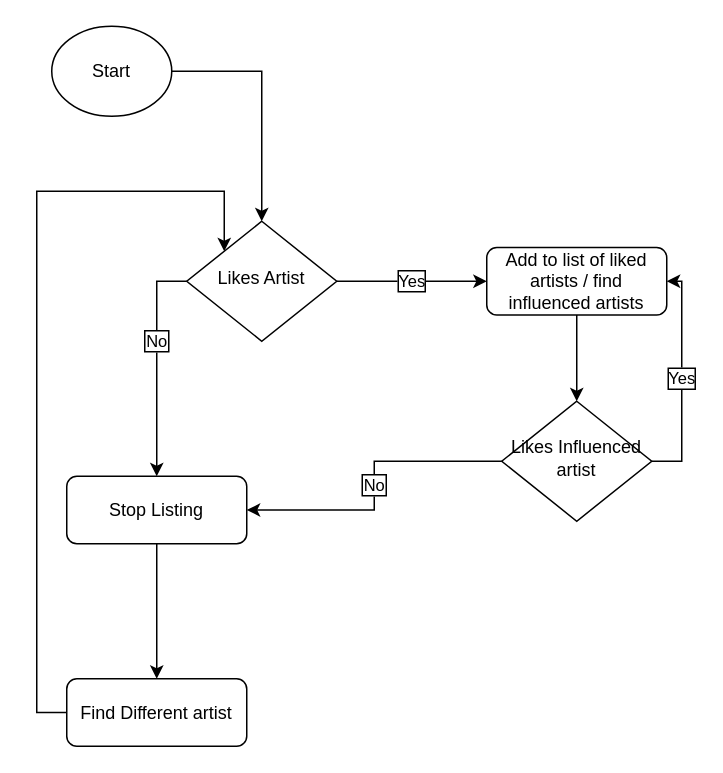
The draw.io diagram page "Music man" (6 of 7) of Comp Prog 12/Socks.drawio in Jchisholm204/JChisholm, before the edit. Source tidied: cells renumbered, new cells numbered last; positions are measured from the earlier drawing's top-left corner, leaving out a move shared by most shapes. Both pictures are drawn from the tidied source at 150%, with x=0, y=0 at pixel (36, 26).
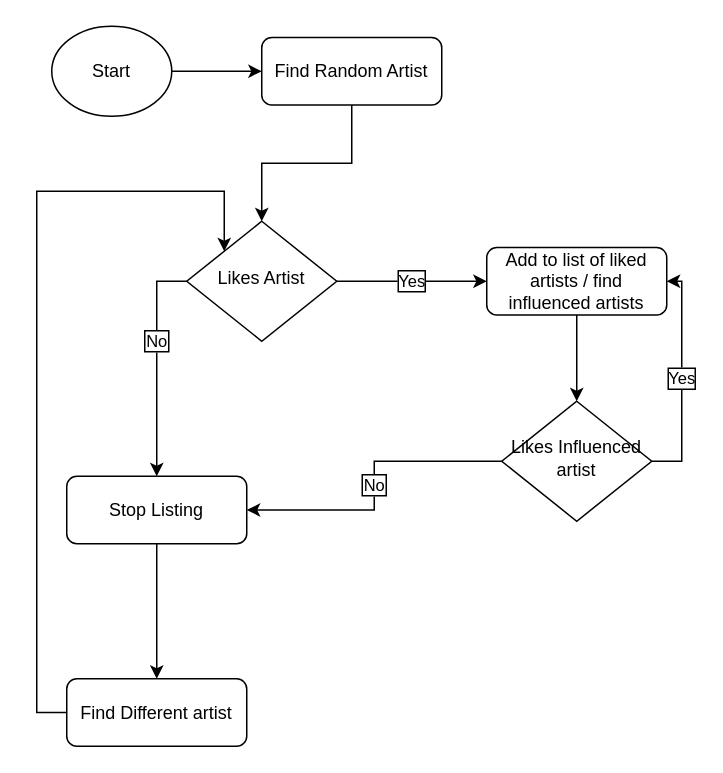
The same page after the edit.

Commit message:
phone addict

The change refers to these unchanged cells:
```xml
<mxCell id="3" value="Start" style="ellipse;whiteSpace=wrap;html=1;fontColor=#000000;" parent="1" vertex="1">
  <mxGeometry x="10" width="80" height="60" as="geometry" />
</mxCell>
<mxCell id="6" value="Likes Artist" style="rhombus;whiteSpace=wrap;html=1;shadow=0;fontFamily=Helvetica;fontSize=12;align=center;strokeWidth=1;spacing=6;spacingTop=-4;" parent="1" vertex="1">
  <mxGeometry x="100" y="130" width="100" height="80" as="geometry" />
</mxCell>
```

What changed in the source:
```diff
@@
-    <mxCell id="2" style="edgeStyle=orthogonalEdgeStyle;rounded=0;jettySize=auto;html=1;exitX=1;exitY=0.5;exitDx=0;exitDy=0;entryX=0.5;entryY=0;entryDx=0;entryDy=0;fontColor=#000000;" parent="1" edge="1" source="3" target="6">
+    <mxCell id="2" style="edgeStyle=orthogonalEdgeStyle;rounded=0;jettySize=auto;html=1;exitX=1;exitY=0.5;exitDx=0;exitDy=0;entryX=0;entryY=0.5;entryDx=0;entryDy=0;fontColor=#000000;" parent="1" edge="1" source="3" target="17">
       <mxGeometry relative="1" as="geometry" />
     </mxCell>
@@
+    <mxCell id="16" style="edgeStyle=orthogonalEdgeStyle;rounded=0;jettySize=auto;html=1;exitX=0.5;exitY=1;exitDx=0;exitDy=0;entryX=0.5;entryY=0;entryDx=0;entryDy=0;fontColor=#000000;" parent="1" edge="1" source="17" target="6">
+      <mxGeometry relative="1" as="geometry" />
+    </mxCell>
+    <mxCell id="17" value="Find Random Artist" style="whiteSpace=wrap;html=1;rounded=1;shadow=0;strokeWidth=1;glass=0;" parent="1" vertex="1">
+      <mxGeometry x="150" y="7.5" width="120" height="45" as="geometry" />
+    </mxCell>
```
